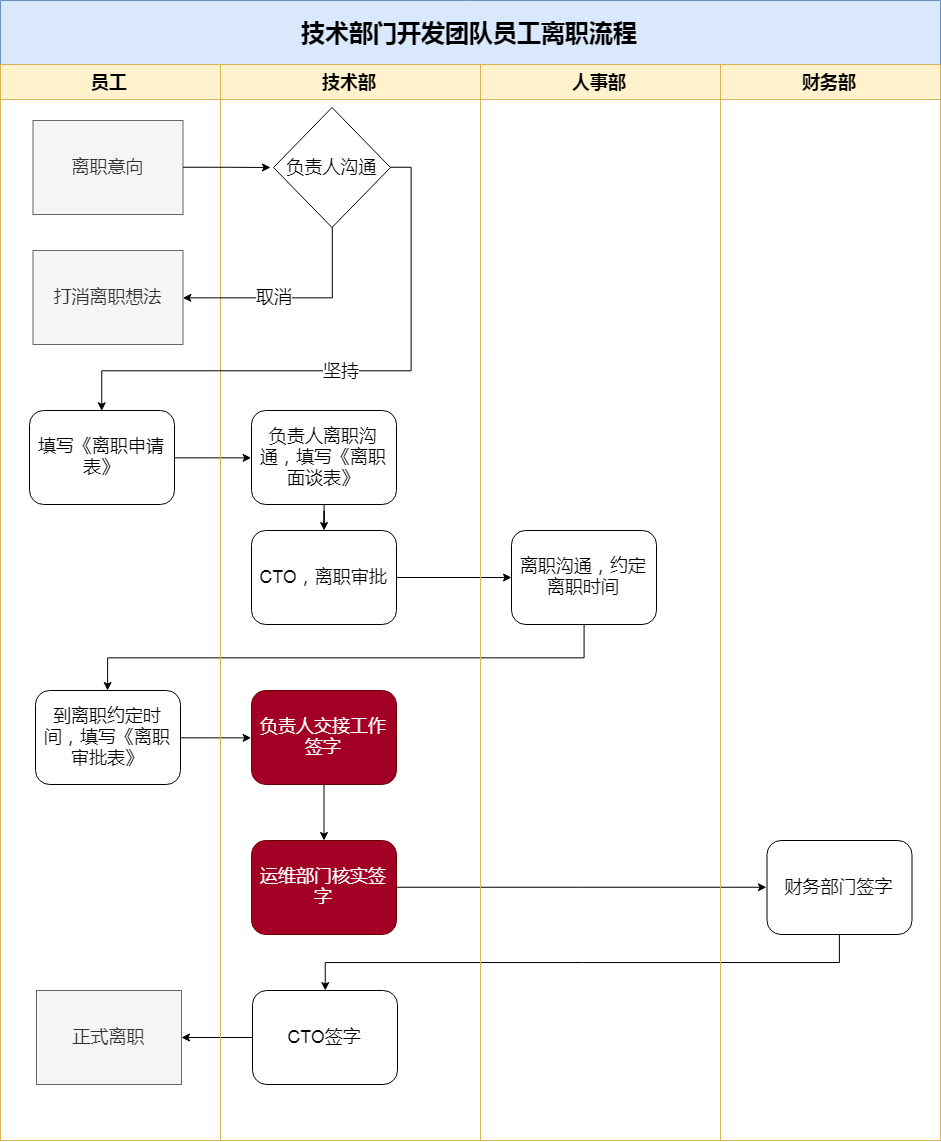
This is images/work/技术部门开发团队员工离职流程.png from lllliuliu/resets, a draw.io export, as it was before one commit. Source tidied: cells renumbered, new cells last; positions are measured from the earlier drawing's top-left corner, leaving out a move shared by most shapes.
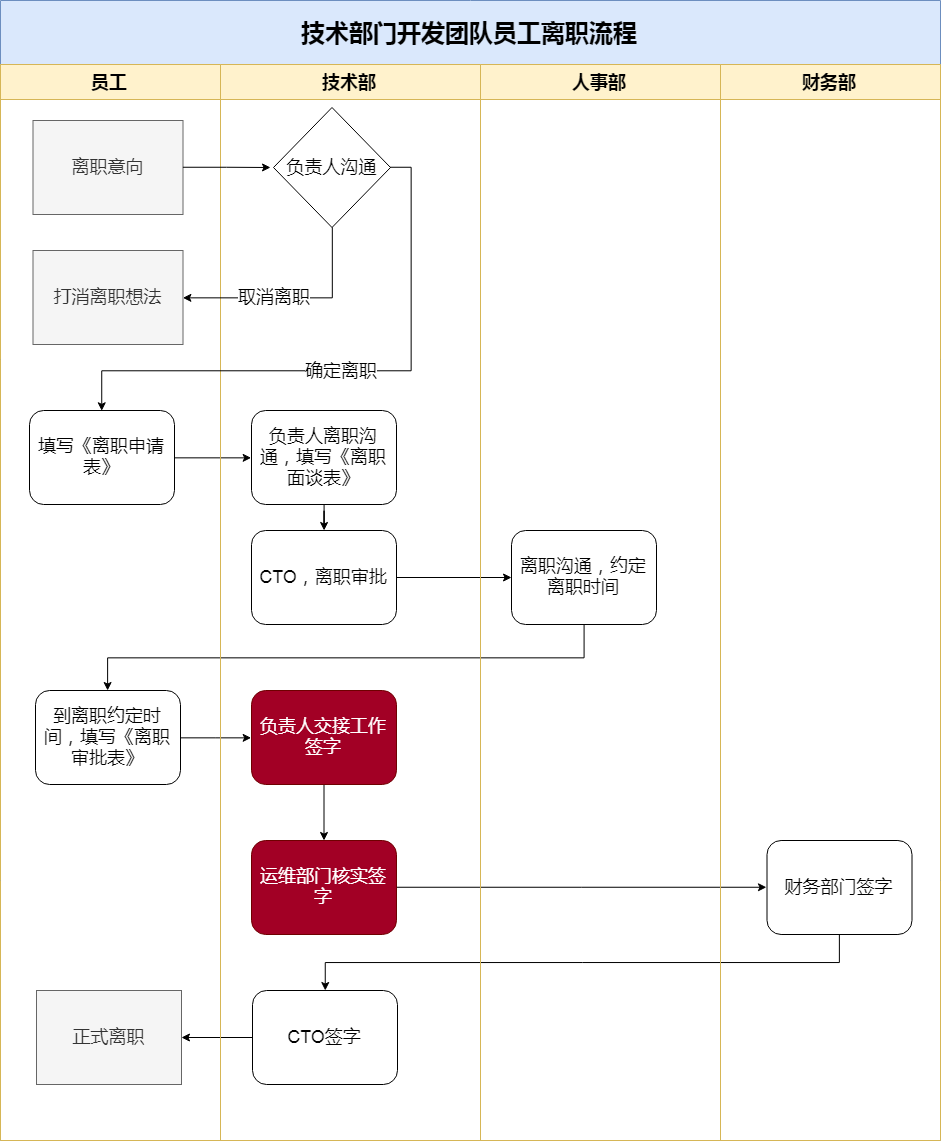
Above is the later version.

The edit, as a diff of the source:
```diff
@@ -91,7 +91,7 @@
     <mxCell id="30" style="edgeStyle=orthogonalEdgeStyle;rounded=0;jettySize=auto;html=1;exitX=0.5;exitY=1;exitDx=0;exitDy=0;entryX=1;entryY=0.5;entryDx=0;entryDy=0;fontSize=18;" parent="2" edge="1" source="24" target="7">
       <mxGeometry relative="1" as="geometry" />
     </mxCell>
-    <mxCell id="31" value="取消" style="text;html=1;align=center;verticalAlign=middle;labelBackgroundColor=#ffffff;fontSize=18;" parent="30" vertex="1">
+    <mxCell id="31" value="取消离职" style="text;html=1;align=center;verticalAlign=middle;labelBackgroundColor=#ffffff;fontSize=18;" parent="30" vertex="1">
       <mxGeometry x="0.17" y="-1" relative="1" as="geometry" />
     </mxCell>
     <mxCell id="32" style="edgeStyle=orthogonalEdgeStyle;rounded=0;jettySize=auto;html=1;exitX=1;exitY=0.5;exitDx=0;exitDy=0;entryX=0.5;entryY=0;entryDx=0;entryDy=0;fontSize=18;" parent="2" edge="1" source="24" target="8">
@@ -103,7 +103,7 @@
         </Array>
       </mxGeometry>
     </mxCell>
-    <mxCell id="33" value="坚持" style="text;html=1;align=center;verticalAlign=middle;labelBackgroundColor=#ffffff;fontSize=18;" parent="32" vertex="1">
+    <mxCell id="33" value="确定离职" style="text;html=1;align=center;verticalAlign=middle;labelBackgroundColor=#ffffff;fontSize=18;" parent="32" vertex="1">
       <mxGeometry x="0.04" y="-5" relative="1" as="geometry">
         <mxPoint x="2.5" y="4.5" as="offset" />
       </mxGeometry>
```
